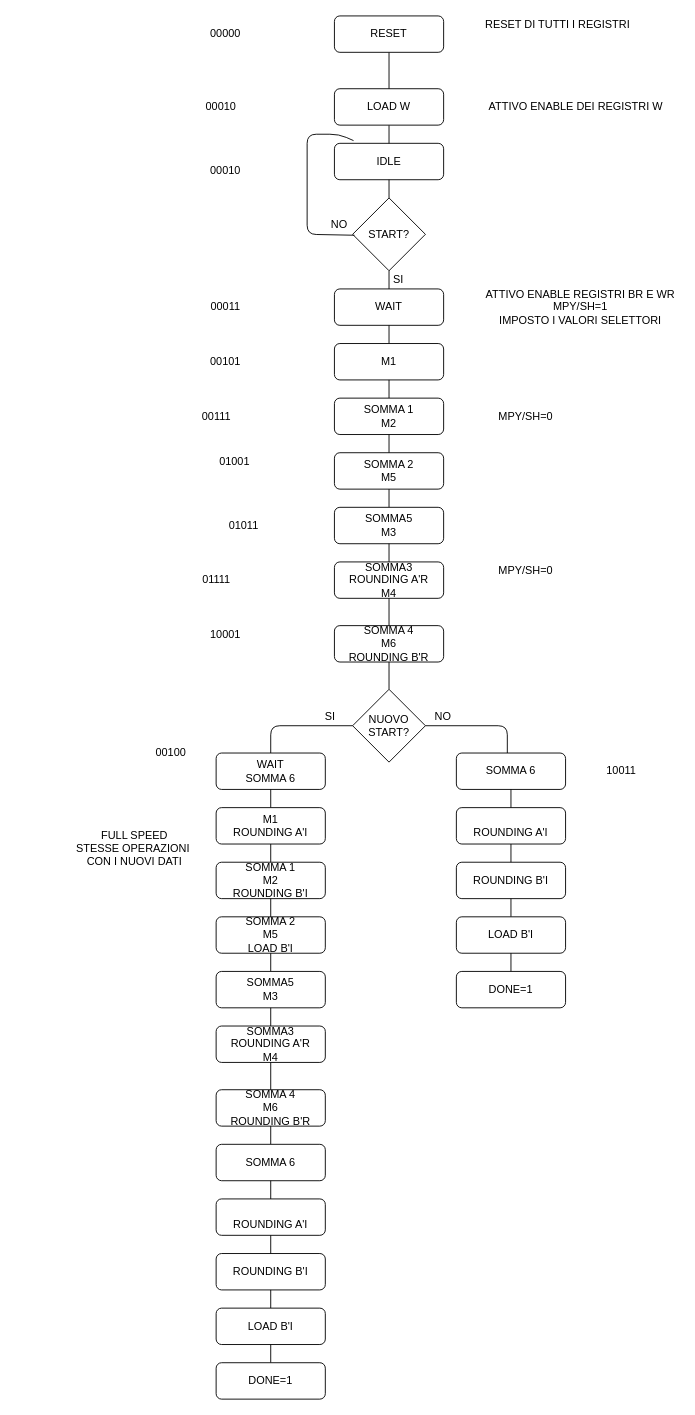
The draw.io diagram butterfly/drawio/pallogramma butterfly.drawio in wackozz/SDI_20_21, before the edit. Source tidied: cells renumbered, new cells numbered last; positions are measured from the earlier drawing's top-left corner, leaving out a move shared by most shapes. Both pictures are drawn from the tidied source at 91%, with x=0, y=0 at pixel (70, 15).
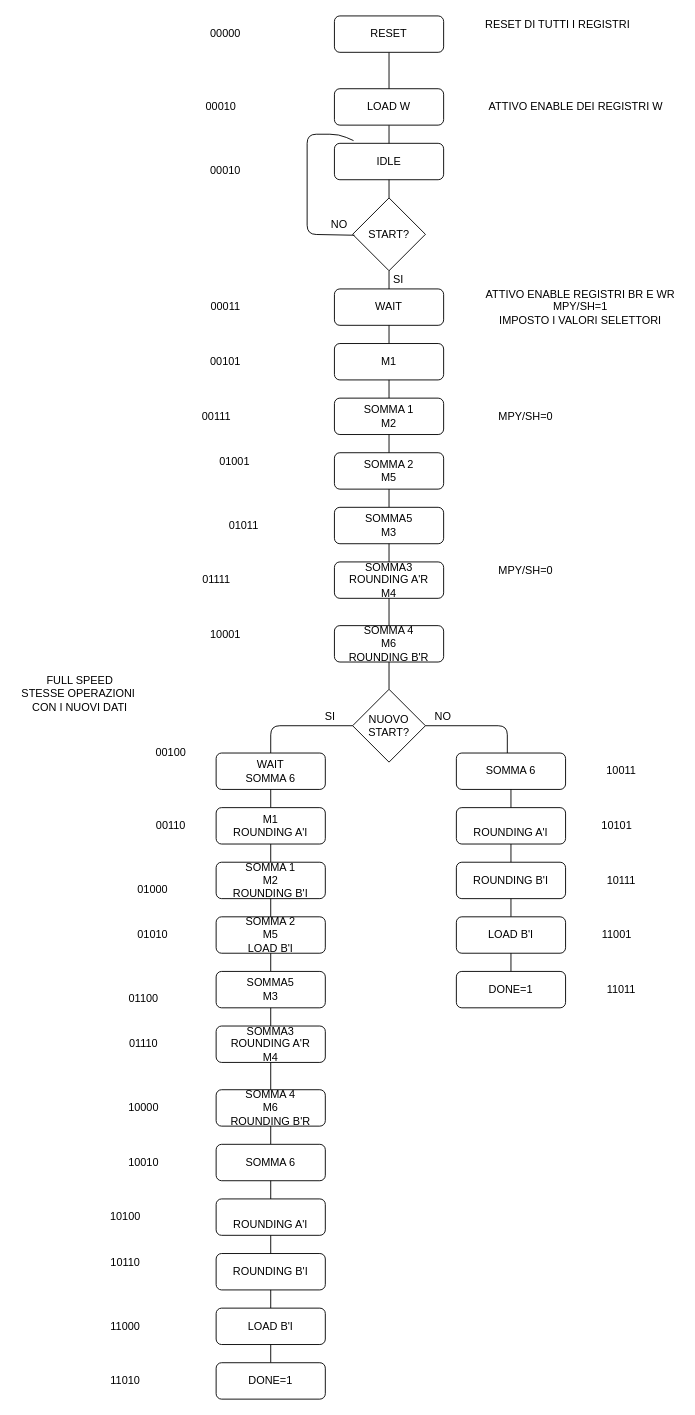
Above is the later version.

The edit, as a diff of the source:
```diff
@@
     <mxCell id="46" value="FULL SPEED&lt;br&gt;STESSE OPERAZIONI&amp;nbsp;&lt;br&gt;CON I NUOVI DATI" style="text;html=1;align=center;verticalAlign=middle;" parent="1" vertex="1">
-      <mxGeometry y="890" width="140" height="50" as="geometry" />
+      <mxGeometry x="-60" y="720" width="140" height="50" as="geometry" />
     </mxCell>
@@
+    <mxCell id="82" value="10101" style="text;html=1;align=center;verticalAlign=middle;" parent="1" vertex="1">
+      <mxGeometry x="575" y="880" width="50" height="20" as="geometry" />
+    </mxCell>
+    <mxCell id="83" value="10111" style="text;html=1;align=center;verticalAlign=middle;" parent="1" vertex="1">
+      <mxGeometry x="580" y="940" width="50" height="20" as="geometry" />
+    </mxCell>
+    <mxCell id="84" value="11001" style="text;html=1;align=center;verticalAlign=middle;" parent="1" vertex="1">
+      <mxGeometry x="575" y="1000" width="50" height="20" as="geometry" />
+    </mxCell>
+    <mxCell id="85" value="11011" style="text;html=1;align=center;verticalAlign=middle;" parent="1" vertex="1">
+      <mxGeometry x="580" y="1060" width="50" height="20" as="geometry" />
+    </mxCell>
+    <mxCell id="86" value="00110" style="text;html=1;align=center;verticalAlign=middle;" parent="1" vertex="1">
+      <mxGeometry x="85" y="880" width="50" height="20" as="geometry" />
+    </mxCell>
+    <mxCell id="87" value="01000" style="text;html=1;align=center;verticalAlign=middle;" parent="1" vertex="1">
+      <mxGeometry x="65" y="950" width="50" height="20" as="geometry" />
+    </mxCell>
+    <mxCell id="88" value="01010" style="text;html=1;align=center;verticalAlign=middle;" parent="1" vertex="1">
+      <mxGeometry x="65" y="1000" width="50" height="20" as="geometry" />
+    </mxCell>
+    <mxCell id="89" value="01100" style="text;html=1;align=center;verticalAlign=middle;" parent="1" vertex="1">
+      <mxGeometry x="55" y="1070" width="50" height="20" as="geometry" />
+    </mxCell>
+    <mxCell id="90" value="01110" style="text;html=1;align=center;verticalAlign=middle;" parent="1" vertex="1">
+      <mxGeometry x="55" y="1120" width="50" height="20" as="geometry" />
+    </mxCell>
+    <mxCell id="91" value="10000" style="text;html=1;align=center;verticalAlign=middle;" parent="1" vertex="1">
+      <mxGeometry x="55" y="1190" width="50" height="20" as="geometry" />
+    </mxCell>
+    <mxCell id="92" value="10010" style="text;html=1;align=center;verticalAlign=middle;" parent="1" vertex="1">
+      <mxGeometry x="55" y="1250" width="50" height="20" as="geometry" />
+    </mxCell>
+    <mxCell id="93" value="10100" style="text;html=1;align=center;verticalAlign=middle;" parent="1" vertex="1">
+      <mxGeometry x="35" y="1310" width="50" height="20" as="geometry" />
+    </mxCell>
+    <mxCell id="94" value="10110" style="text;html=1;align=center;verticalAlign=middle;" parent="1" vertex="1">
+      <mxGeometry x="35" y="1360" width="50" height="20" as="geometry" />
+    </mxCell>
+    <mxCell id="95" value="11000" style="text;html=1;align=center;verticalAlign=middle;" parent="1" vertex="1">
+      <mxGeometry x="35" y="1430" width="50" height="20" as="geometry" />
+    </mxCell>
+    <mxCell id="96" value="11010" style="text;html=1;align=center;verticalAlign=middle;" parent="1" vertex="1">
+      <mxGeometry x="35" y="1490" width="50" height="20" as="geometry" />
+    </mxCell>
```
